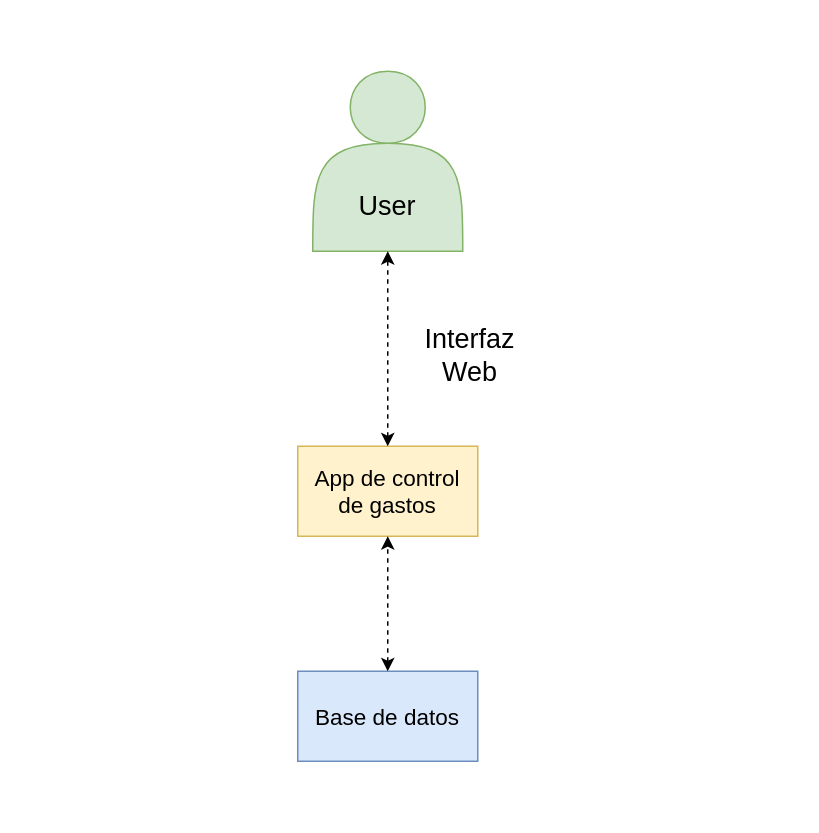
Camilo2299/CI-CD-Project keeps this draw.io diagram as Diagram/C4-diagram.drawio. Above is the earlier version. Source tidied: cells renumbered, new cells numbered last; positions are measured from the earlier drawing's top-left corner, leaving out a move shared by most shapes. Both pictures are drawn from the tidied source at 150%, with x=0, y=0 at pixel (297, 70).
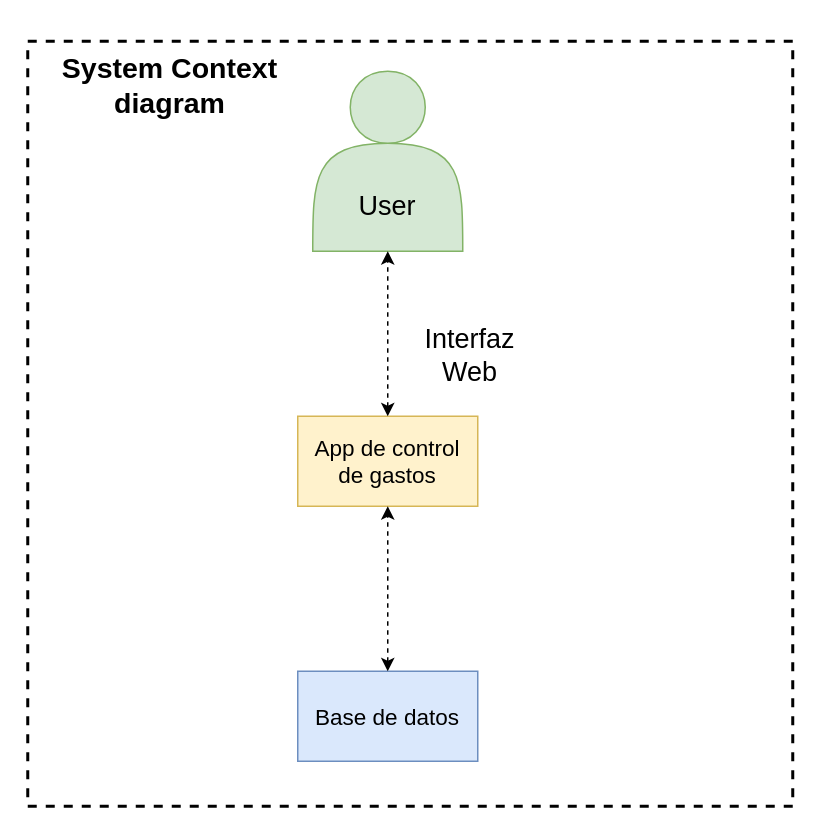
The same diagram, later.

Diff of the diagram source:
```diff
@@
 <mxGraphModel>
   <root>
     <mxCell id="0" />
     <mxCell id="1" parent="0" />
+    <mxCell id="11" style="whiteSpace=wrap;html=1;dashed=1;strokeWidth=2;" parent="1" vertex="1">
+      <mxGeometry x="-180" y="-20" width="510" height="510" as="geometry" />
+    </mxCell>
     <mxCell id="2" style="shape=actor;whiteSpace=wrap;html=1;fillColor=#d5e8d4;strokeColor=#82b366;" parent="1" vertex="1">
       <mxGeometry x="10" width="100" height="120" as="geometry" />
     </mxCell>
     <mxCell id="3" style="rounded=0;whiteSpace=wrap;html=1;fillColor=#fff2cc;strokeColor=#d6b656;" parent="1" vertex="1">
-      <mxGeometry y="250" width="120" height="60" as="geometry" />
+      <mxGeometry y="230" width="120" height="60" as="geometry" />
     </mxCell>
     <mxCell id="4" style="rounded=0;whiteSpace=wrap;html=1;fillColor=#dae8fc;strokeColor=#6c8ebf;" parent="1" vertex="1">
       <mxGeometry y="400" width="120" height="60" as="geometry" />
     </mxCell>
     <mxCell id="5" style="html=1;labelBackgroundColor=#ffffff;startArrow=classic;startFill=1;startSize=6;endArrow=classic;endFill=1;endSize=6;jettySize=auto;strokeWidth=1;dashed=1;fontSize=14;rounded=0;entryX=0.5;entryY=1;entryDx=0;entryDy=0;" parent="1" edge="1" target="3">
       <mxGeometry relative="1" as="geometry">
         <mxPoint x="60" y="400" as="sourcePoint" />
       </mxGeometry>
     </mxCell>
-    <mxCell id="6" style="html=1;labelBackgroundColor=#ffffff;startArrow=classic;startFill=1;startSize=6;endArrow=classic;endFill=1;endSize=6;jettySize=auto;strokeWidth=1;dashed=1;fontSize=14;rounded=0;exitX=0.5;exitY=0;exitDx=0;exitDy=0;entryX=0.5;entryY=1;entryDx=0;entryDy=0;" parent="1" edge="1" source="3" target="2">
-      <mxGeometry relative="1" as="geometry" />
+    <mxCell id="6" style="html=1;labelBackgroundColor=#ffffff;startArrow=classic;startFill=1;startSize=6;endArrow=classic;endFill=1;endSize=6;jettySize=auto;strokeWidth=1;dashed=1;fontSize=14;rounded=0;entryX=0.5;entryY=1;entryDx=0;entryDy=0;jumpSize=6;" parent="1" edge="1" target="2">
+      <mxGeometry relative="1" as="geometry">
+        <mxPoint x="60" y="230" as="sourcePoint" />
+      </mxGeometry>
     </mxCell>
     <mxCell id="7" value="&lt;font style=&quot;font-size: 18px;&quot;&gt;User&lt;/font&gt;" style="text;strokeColor=none;align=center;fillColor=none;html=1;verticalAlign=middle;whiteSpace=wrap;rounded=0;" parent="1" vertex="1">
       <mxGeometry x="25" y="70" width="70" height="40" as="geometry" />
     </mxCell>
     <mxCell id="8" value="&lt;font style=&quot;font-size: 15px;&quot;&gt;App de control de gastos&lt;/font&gt;" style="text;strokeColor=none;align=center;fillColor=none;html=1;verticalAlign=middle;whiteSpace=wrap;rounded=0;" parent="1" vertex="1">
-      <mxGeometry x="10" y="260" width="100" height="40" as="geometry" />
+      <mxGeometry x="10" y="240" width="100" height="40" as="geometry" />
     </mxCell>
     <mxCell id="9" value="&lt;font style=&quot;font-size: 15px;&quot;&gt;Base de datos&lt;/font&gt;" style="text;strokeColor=none;align=center;fillColor=none;html=1;verticalAlign=middle;whiteSpace=wrap;rounded=0;" parent="1" vertex="1">
       <mxGeometry x="10" y="410" width="100" height="40" as="geometry" />
     </mxCell>
     <mxCell id="10" value="&lt;font style=&quot;font-size: 18px;&quot;&gt;Interfaz Web&lt;/font&gt;" style="text;strokeColor=none;align=center;fillColor=none;html=1;verticalAlign=middle;whiteSpace=wrap;rounded=0;" parent="1" vertex="1">
       <mxGeometry x="70" y="170" width="90" height="40" as="geometry" />
     </mxCell>
+    <mxCell id="12" value="&lt;b&gt;&lt;font style=&quot;font-size: 19px;&quot;&gt;System Context diagram&lt;/font&gt;&lt;/b&gt;" style="text;strokeColor=none;align=center;fillColor=none;html=1;verticalAlign=middle;whiteSpace=wrap;rounded=0;" parent="1" vertex="1">
+      <mxGeometry x="-170" y="-30" width="170" height="80" as="geometry" />
+    </mxCell>
   </root>
 </mxGraphModel>
```
